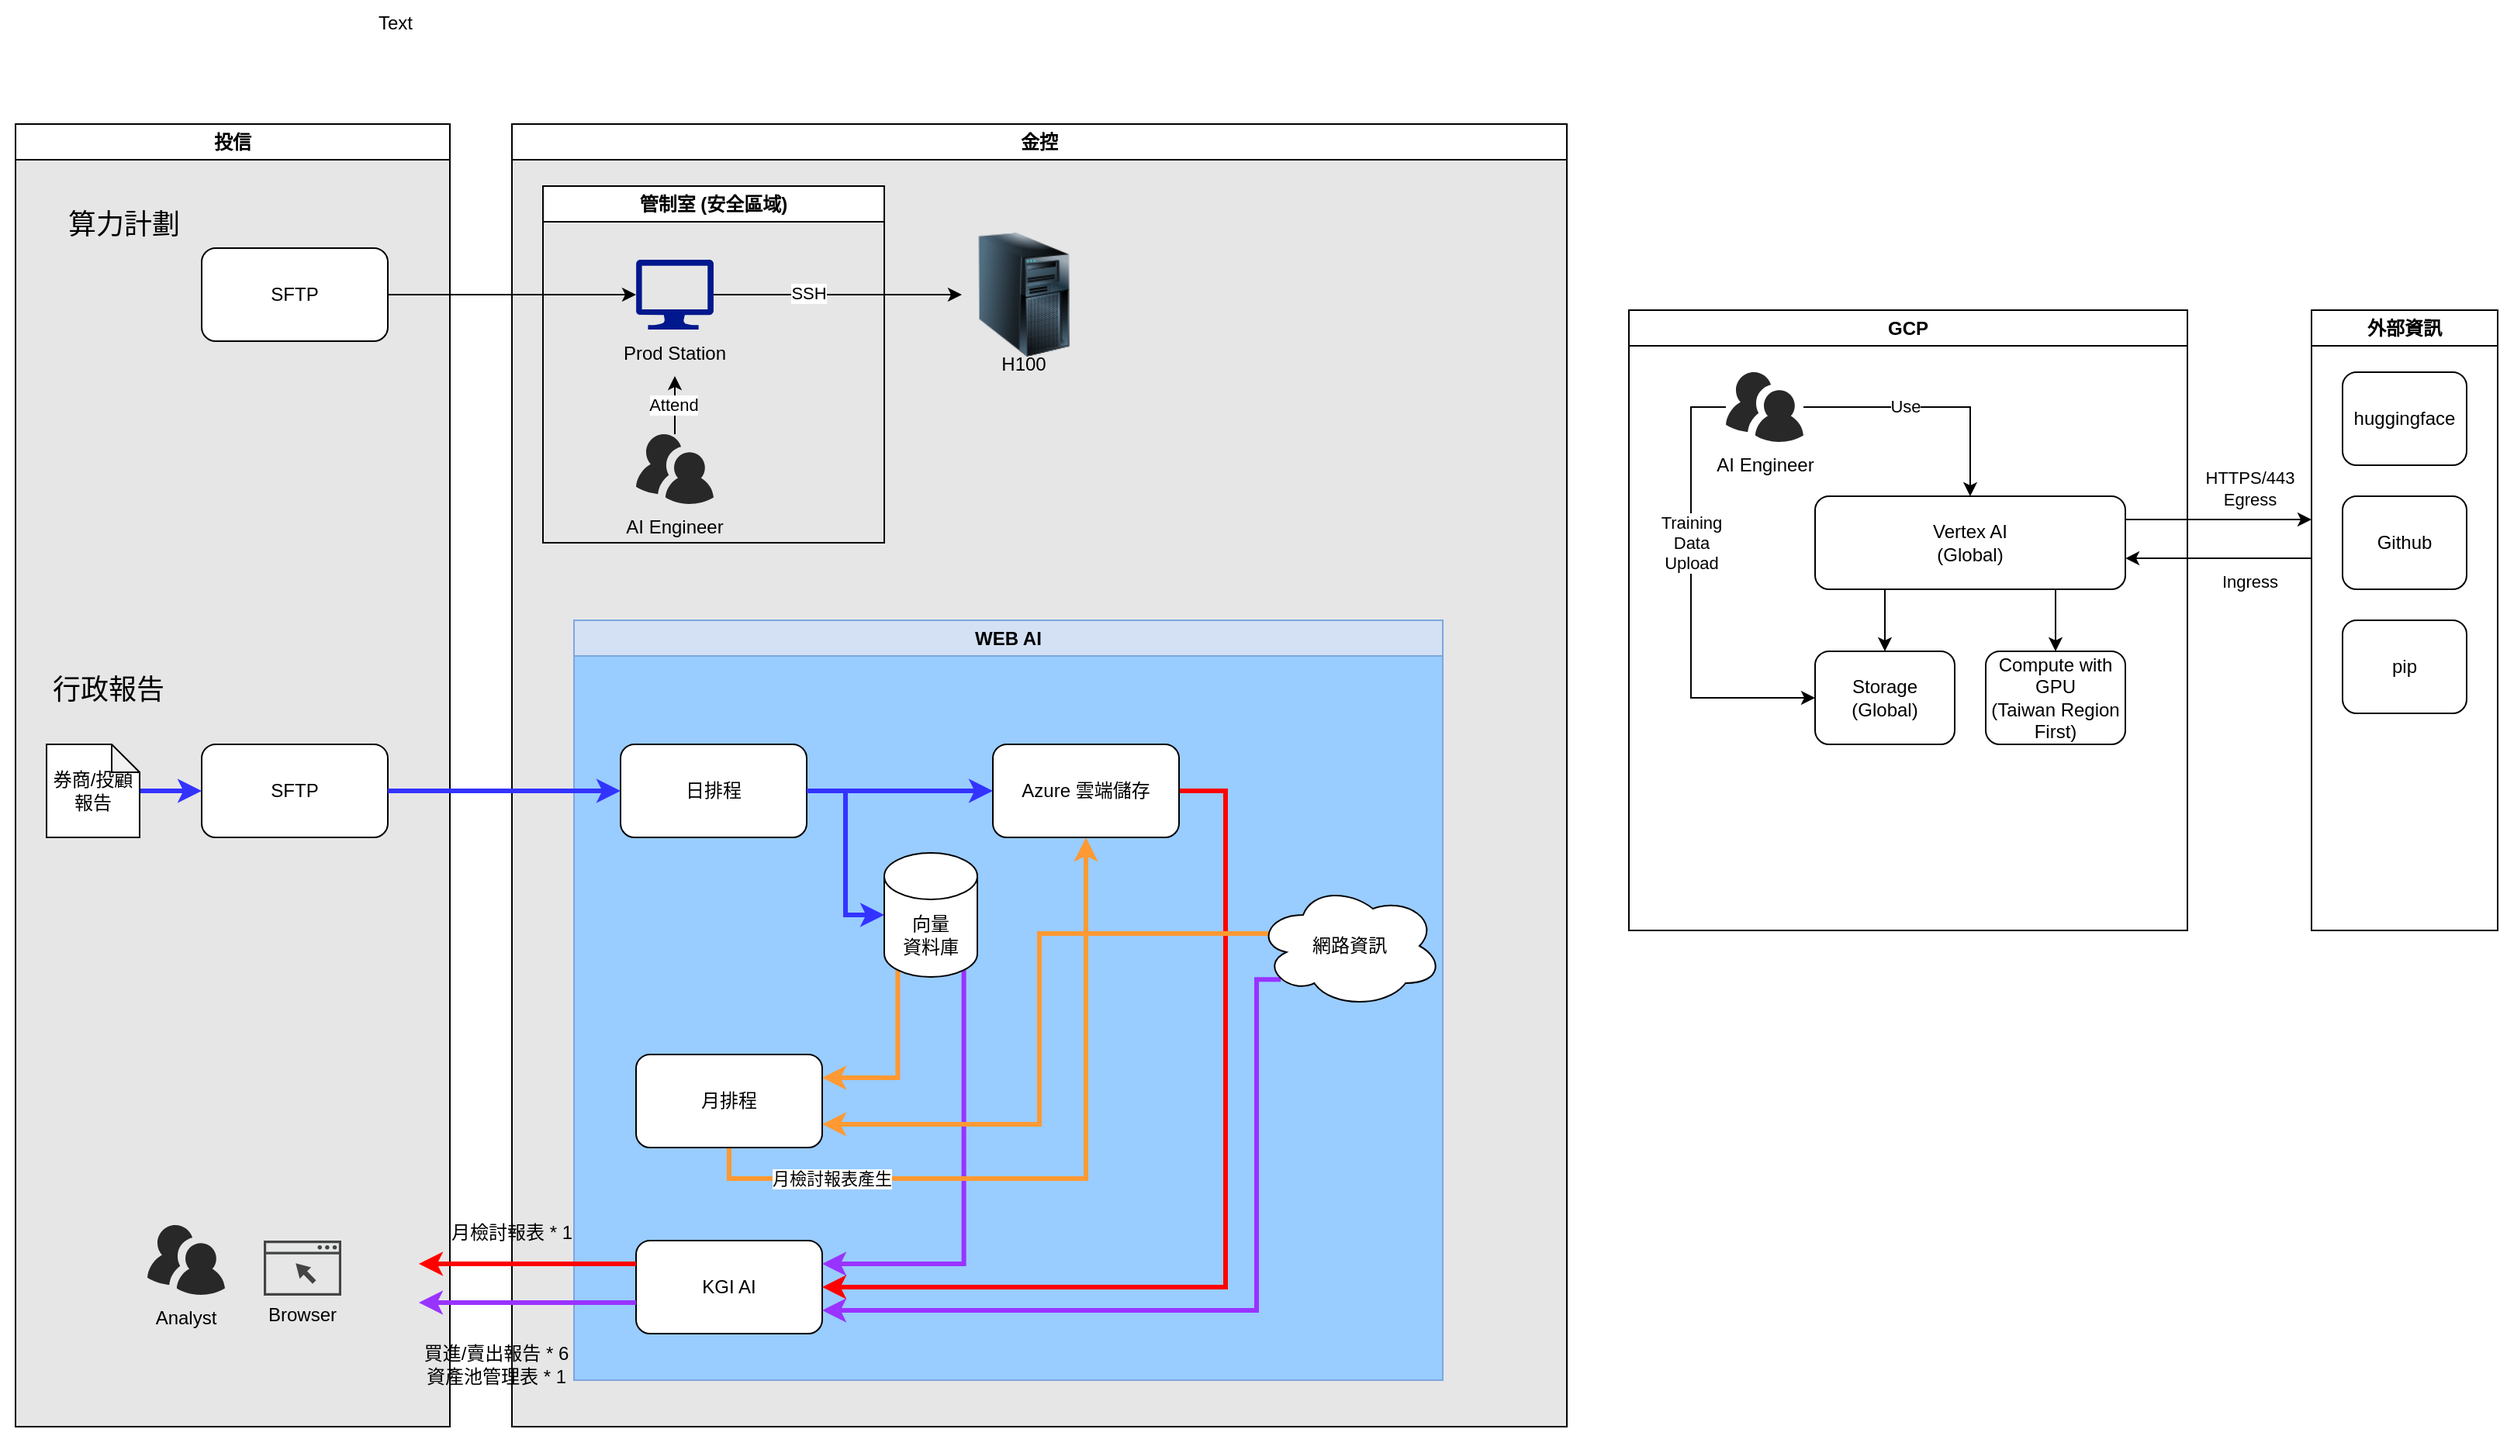
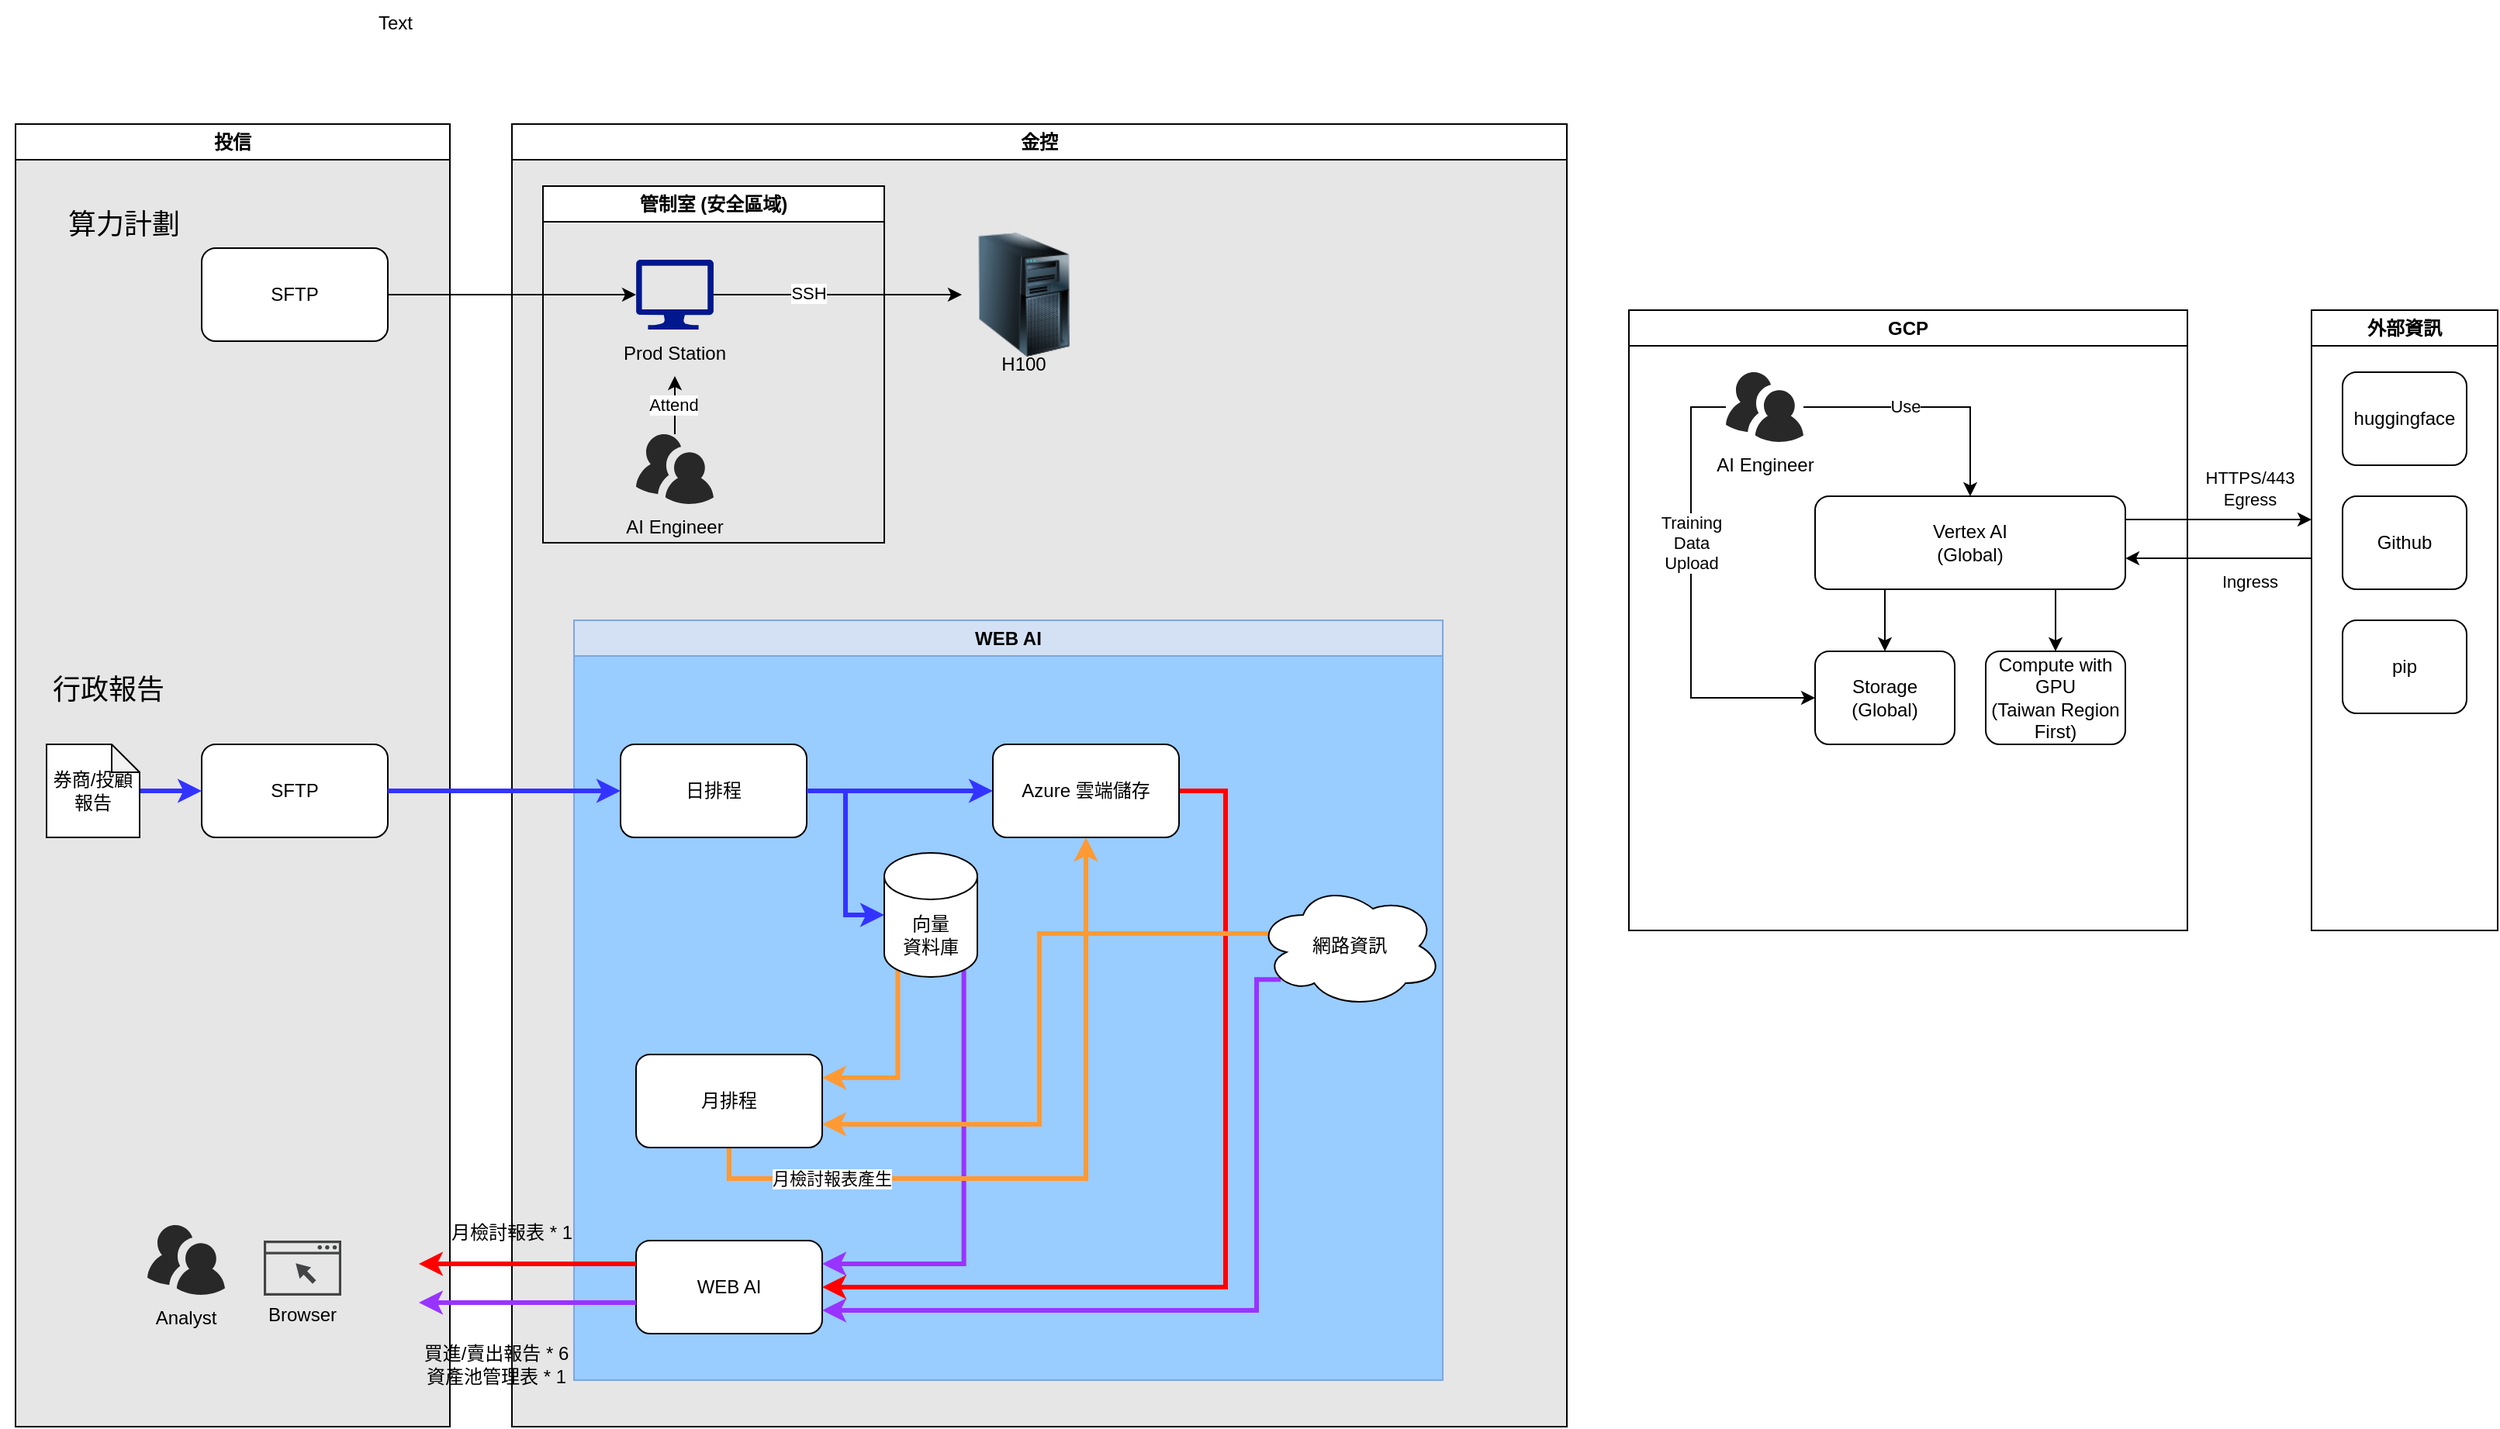
<mxfile host="app.diagrams.net" agent="Mozilla/5.0 (Windows NT 10.0; Win64; x64) AppleWebKit/537.36 (KHTML, like Gecko) Chrome/146.0.0.0 Safari/537.36">
  <diagram name="Page-1" id="9DGUQZyVQF0DHj5FkWRD">
    <mxGraphModel dx="1281" dy="657" grid="1" gridSize="10" guides="1" tooltips="1" connect="1" arrows="1" fold="1" page="1" pageScale="1" pageWidth="850" pageHeight="1100" math="0" shadow="0">
      <root>
        <mxCell id="0" />
        <mxCell id="1" parent="0" />
        <mxCell id="si7GJpF5iETkjapc_ZAv-2" parent="1" style="swimlane;whiteSpace=wrap;html=1;swimlaneFillColor=#E6E6E6;" value="投信" vertex="1">
          <mxGeometry height="840" width="280" x="80" y="120" as="geometry" />
        </mxCell>
        <mxCell id="si7GJpF5iETkjapc_ZAv-3" parent="si7GJpF5iETkjapc_ZAv-2" style="rounded=1;whiteSpace=wrap;html=1;" value="SFTP" vertex="1">
          <mxGeometry height="60" width="120" x="120" y="80" as="geometry" />
        </mxCell>
        <mxCell id="si7GJpF5iETkjapc_ZAv-15" parent="si7GJpF5iETkjapc_ZAv-2" style="rounded=1;whiteSpace=wrap;html=1;" value="SFTP" vertex="1">
          <mxGeometry height="60" width="120" x="120" y="400" as="geometry" />
        </mxCell>
        <mxCell id="si7GJpF5iETkjapc_ZAv-61" connectable="0" parent="si7GJpF5iETkjapc_ZAv-2" style="group" value="" vertex="1">
          <mxGeometry height="75" width="60" x="80" y="710" as="geometry" />
        </mxCell>
        <mxCell id="si7GJpF5iETkjapc_ZAv-59" parent="si7GJpF5iETkjapc_ZAv-61" style="verticalLabelPosition=bottom;sketch=0;html=1;fillColor=#282828;strokeColor=none;verticalAlign=top;pointerEvents=1;align=center;shape=mxgraph.cisco_safe.people_places_things_icons.icon9;" value="" vertex="1">
          <mxGeometry height="45" width="50" x="5" as="geometry" />
        </mxCell>
        <mxCell id="si7GJpF5iETkjapc_ZAv-37" parent="si7GJpF5iETkjapc_ZAv-61" style="text;html=1;whiteSpace=wrap;strokeColor=none;fillColor=none;align=center;verticalAlign=middle;rounded=0;autosize=1;resizable=0;" value="Analyst" vertex="1">
          <mxGeometry height="30" width="60" y="45" as="geometry" />
        </mxCell>
        <mxCell id="si7GJpF5iETkjapc_ZAv-80" connectable="0" parent="si7GJpF5iETkjapc_ZAv-2" style="group" value="" vertex="1">
          <mxGeometry height="62.75" width="70" x="150" y="720" as="geometry" />
        </mxCell>
        <mxCell id="si7GJpF5iETkjapc_ZAv-77" parent="si7GJpF5iETkjapc_ZAv-80" style="sketch=0;pointerEvents=1;shadow=0;dashed=0;html=1;strokeColor=none;fillColor=#434445;aspect=fixed;labelPosition=center;verticalLabelPosition=bottom;verticalAlign=top;align=center;outlineConnect=0;shape=mxgraph.vvd.web_browser;" value="" vertex="1">
          <mxGeometry height="35.5" width="50" x="10" as="geometry" />
        </mxCell>
        <mxCell id="si7GJpF5iETkjapc_ZAv-79" parent="si7GJpF5iETkjapc_ZAv-80" style="text;html=1;whiteSpace=wrap;strokeColor=none;fillColor=none;align=center;verticalAlign=middle;rounded=0;autosize=1;resizable=0;" value="Browser" vertex="1">
          <mxGeometry height="30" width="70" y="32.75" as="geometry" />
        </mxCell>
        <mxCell id="si7GJpF5iETkjapc_ZAv-83" edge="1" parent="si7GJpF5iETkjapc_ZAv-2" source="si7GJpF5iETkjapc_ZAv-82" style="edgeStyle=orthogonalEdgeStyle;rounded=0;orthogonalLoop=1;jettySize=auto;html=1;strokeColor=#3333FF;strokeWidth=3;" target="si7GJpF5iETkjapc_ZAv-15">
          <mxGeometry relative="1" as="geometry" />
        </mxCell>
        <mxCell id="si7GJpF5iETkjapc_ZAv-82" parent="si7GJpF5iETkjapc_ZAv-2" style="shape=note;whiteSpace=wrap;html=1;backgroundOutline=1;darkOpacity=0.05;size=18;" value="券商/投顧報告" vertex="1">
          <mxGeometry height="60" width="60" x="20" y="400" as="geometry" />
        </mxCell>
        <mxCell id="si7GJpF5iETkjapc_ZAv-126" parent="si7GJpF5iETkjapc_ZAv-2" style="text;html=1;whiteSpace=wrap;strokeColor=none;fillColor=none;align=center;verticalAlign=middle;rounded=0;" value="&lt;font style=&quot;font-size: 18px;&quot;&gt;算力計劃&lt;/font&gt;" vertex="1">
          <mxGeometry height="30" width="140" y="50" as="geometry" />
        </mxCell>
        <mxCell id="si7GJpF5iETkjapc_ZAv-127" parent="si7GJpF5iETkjapc_ZAv-2" style="text;html=1;whiteSpace=wrap;strokeColor=none;fillColor=none;align=center;verticalAlign=middle;rounded=0;" value="&lt;font style=&quot;font-size: 18px;&quot;&gt;行政報告&lt;/font&gt;" vertex="1">
          <mxGeometry height="30" width="140" x="-10" y="350" as="geometry" />
        </mxCell>
        <mxCell id="si7GJpF5iETkjapc_ZAv-4" parent="1" style="swimlane;whiteSpace=wrap;html=1;swimlaneFillColor=#E6E6E6;" value="金控" vertex="1">
          <mxGeometry height="840" width="680" x="400" y="120" as="geometry" />
        </mxCell>
        <mxCell id="si7GJpF5iETkjapc_ZAv-12" edge="1" parent="si7GJpF5iETkjapc_ZAv-4" source="si7GJpF5iETkjapc_ZAv-6" style="edgeStyle=orthogonalEdgeStyle;rounded=0;orthogonalLoop=1;jettySize=auto;html=1;" target="si7GJpF5iETkjapc_ZAv-7">
          <mxGeometry relative="1" as="geometry" />
        </mxCell>
        <mxCell id="si7GJpF5iETkjapc_ZAv-13" connectable="0" parent="si7GJpF5iETkjapc_ZAv-12" style="edgeLabel;html=1;align=center;verticalAlign=middle;resizable=0;points=[];" value="SSH" vertex="1">
          <mxGeometry relative="1" x="-0.2415" y="1" as="geometry">
            <mxPoint as="offset" />
          </mxGeometry>
        </mxCell>
        <mxCell id="si7GJpF5iETkjapc_ZAv-7" parent="si7GJpF5iETkjapc_ZAv-4" style="image;html=1;image=img/lib/clip_art/computers/Server_Tower_128x128.png" value="" vertex="1">
          <mxGeometry height="80" width="80" x="290" y="70" as="geometry" />
        </mxCell>
        <mxCell id="si7GJpF5iETkjapc_ZAv-9" parent="si7GJpF5iETkjapc_ZAv-4" style="text;html=1;whiteSpace=wrap;strokeColor=none;fillColor=none;align=center;verticalAlign=middle;rounded=0;autosize=1;resizable=0;" value="H100" vertex="1">
          <mxGeometry height="30" width="50" x="305" y="140" as="geometry" />
        </mxCell>
        <mxCell id="si7GJpF5iETkjapc_ZAv-14" connectable="0" parent="si7GJpF5iETkjapc_ZAv-4" style="group" value="" vertex="1">
          <mxGeometry height="75" width="90" x="60" y="87.5" as="geometry" />
        </mxCell>
        <mxCell id="si7GJpF5iETkjapc_ZAv-6" parent="si7GJpF5iETkjapc_ZAv-14" style="sketch=0;aspect=fixed;pointerEvents=1;shadow=0;dashed=0;html=1;strokeColor=none;labelPosition=center;verticalLabelPosition=bottom;verticalAlign=top;align=center;fillColor=#00188D;shape=mxgraph.azure.computer" value="" vertex="1">
          <mxGeometry height="45" width="50" x="20" as="geometry" />
        </mxCell>
        <mxCell id="si7GJpF5iETkjapc_ZAv-10" parent="si7GJpF5iETkjapc_ZAv-14" style="text;html=1;whiteSpace=wrap;strokeColor=none;fillColor=none;align=center;verticalAlign=middle;rounded=0;autosize=1;resizable=0;" value="Prod Station" vertex="1">
          <mxGeometry height="30" width="90" y="45" as="geometry" />
        </mxCell>
        <mxCell id="si7GJpF5iETkjapc_ZAv-17" parent="si7GJpF5iETkjapc_ZAv-4" style="swimlane;whiteSpace=wrap;html=1;fillColor=#D4E1F5;strokeColor=#7EA6E0;gradientColor=none;swimlaneFillColor=#99CCFF;" value="WEB AI" vertex="1">
          <mxGeometry height="490" width="560" x="40" y="320" as="geometry" />
        </mxCell>
        <mxCell id="si7GJpF5iETkjapc_ZAv-29" edge="1" parent="si7GJpF5iETkjapc_ZAv-17" source="si7GJpF5iETkjapc_ZAv-18" style="edgeStyle=orthogonalEdgeStyle;rounded=0;orthogonalLoop=1;jettySize=auto;html=1;strokeWidth=3;strokeColor=#3333FF;" target="si7GJpF5iETkjapc_ZAv-28">
          <mxGeometry relative="1" as="geometry" />
        </mxCell>
        <mxCell id="si7GJpF5iETkjapc_ZAv-18" parent="si7GJpF5iETkjapc_ZAv-17" style="rounded=1;whiteSpace=wrap;html=1;" value="日排程" vertex="1">
          <mxGeometry height="60" width="120" x="30" y="80" as="geometry" />
        </mxCell>
        <mxCell id="si7GJpF5iETkjapc_ZAv-47" edge="1" parent="si7GJpF5iETkjapc_ZAv-17" source="si7GJpF5iETkjapc_ZAv-20" style="edgeStyle=orthogonalEdgeStyle;rounded=0;orthogonalLoop=1;jettySize=auto;html=1;entryX=1;entryY=0.25;entryDx=0;entryDy=0;exitX=0.145;exitY=1;exitDx=0;exitDy=-4.35;exitPerimeter=0;strokeWidth=3;strokeColor=#FF9933;" target="si7GJpF5iETkjapc_ZAv-45">
          <mxGeometry relative="1" as="geometry">
            <Array as="points">
              <mxPoint x="209" y="295" />
            </Array>
          </mxGeometry>
        </mxCell>
        <mxCell id="si7GJpF5iETkjapc_ZAv-53" edge="1" parent="si7GJpF5iETkjapc_ZAv-17" source="si7GJpF5iETkjapc_ZAv-20" style="edgeStyle=orthogonalEdgeStyle;rounded=0;orthogonalLoop=1;jettySize=auto;html=1;entryX=1;entryY=0.25;entryDx=0;entryDy=0;exitX=0.855;exitY=1;exitDx=0;exitDy=-4.35;exitPerimeter=0;strokeWidth=3;strokeColor=#9933FF;" target="si7GJpF5iETkjapc_ZAv-39">
          <mxGeometry relative="1" as="geometry">
            <Array as="points">
              <mxPoint x="251" y="415" />
            </Array>
          </mxGeometry>
        </mxCell>
        <mxCell id="si7GJpF5iETkjapc_ZAv-20" parent="si7GJpF5iETkjapc_ZAv-17" style="shape=cylinder3;whiteSpace=wrap;html=1;boundedLbl=1;backgroundOutline=1;size=15;" value="向量&lt;div&gt;資料庫&lt;/div&gt;" vertex="1">
          <mxGeometry height="80" width="60" x="200" y="150" as="geometry" />
        </mxCell>
        <mxCell id="si7GJpF5iETkjapc_ZAv-84" edge="1" parent="si7GJpF5iETkjapc_ZAv-17" source="si7GJpF5iETkjapc_ZAv-28" style="edgeStyle=orthogonalEdgeStyle;rounded=0;orthogonalLoop=1;jettySize=auto;html=1;entryX=1;entryY=0.5;entryDx=0;entryDy=0;exitX=1;exitY=0.5;exitDx=0;exitDy=0;strokeWidth=3;strokeColor=#FF0000;" target="si7GJpF5iETkjapc_ZAv-39">
          <mxGeometry relative="1" as="geometry">
            <Array as="points">
              <mxPoint x="420" y="110" />
              <mxPoint x="420" y="430" />
            </Array>
            <mxPoint x="420" y="450" as="targetPoint" />
          </mxGeometry>
        </mxCell>
        <mxCell id="si7GJpF5iETkjapc_ZAv-28" parent="si7GJpF5iETkjapc_ZAv-17" style="rounded=1;whiteSpace=wrap;html=1;" value="Azure 雲端儲存" vertex="1">
          <mxGeometry height="60" width="120" x="270" y="80" as="geometry" />
        </mxCell>
        <mxCell id="si7GJpF5iETkjapc_ZAv-48" edge="1" parent="si7GJpF5iETkjapc_ZAv-17" source="si7GJpF5iETkjapc_ZAv-38" style="edgeStyle=orthogonalEdgeStyle;rounded=0;orthogonalLoop=1;jettySize=auto;html=1;entryX=1;entryY=0.75;entryDx=0;entryDy=0;strokeWidth=3;strokeColor=#FF9933;exitX=0.07;exitY=0.4;exitDx=0;exitDy=0;exitPerimeter=0;" target="si7GJpF5iETkjapc_ZAv-45">
          <mxGeometry relative="1" as="geometry" />
        </mxCell>
        <mxCell id="si7GJpF5iETkjapc_ZAv-54" edge="1" parent="si7GJpF5iETkjapc_ZAv-17" source="si7GJpF5iETkjapc_ZAv-38" style="edgeStyle=orthogonalEdgeStyle;rounded=0;orthogonalLoop=1;jettySize=auto;html=1;entryX=1;entryY=0.75;entryDx=0;entryDy=0;exitX=0.13;exitY=0.77;exitDx=0;exitDy=0;exitPerimeter=0;strokeWidth=3;strokeColor=#9933FF;" target="si7GJpF5iETkjapc_ZAv-39">
          <mxGeometry relative="1" as="geometry">
            <Array as="points">
              <mxPoint x="440" y="232" />
              <mxPoint x="440" y="445" />
            </Array>
          </mxGeometry>
        </mxCell>
        <mxCell id="si7GJpF5iETkjapc_ZAv-38" parent="si7GJpF5iETkjapc_ZAv-17" style="ellipse;shape=cloud;whiteSpace=wrap;html=1;" value="網路資訊" vertex="1">
          <mxGeometry height="80" width="120" x="440" y="170" as="geometry" />
        </mxCell>
-         <mxCell id="si7GJpF5iETkjapc_ZAv-39" parent="si7GJpF5iETkjapc_ZAv-17" style="rounded=1;whiteSpace=wrap;html=1;" value="KGI AI" vertex="1">
+         <mxCell id="si7GJpF5iETkjapc_ZAv-39" parent="si7GJpF5iETkjapc_ZAv-17" style="rounded=1;whiteSpace=wrap;html=1;" value="WEB AI" vertex="1">
          <mxGeometry height="60" width="120" x="40" y="400" as="geometry" />
        </mxCell>
        <mxCell id="si7GJpF5iETkjapc_ZAv-49" edge="1" parent="si7GJpF5iETkjapc_ZAv-17" source="si7GJpF5iETkjapc_ZAv-45" style="edgeStyle=orthogonalEdgeStyle;rounded=0;orthogonalLoop=1;jettySize=auto;html=1;entryX=0.5;entryY=1;entryDx=0;entryDy=0;exitX=0.5;exitY=1;exitDx=0;exitDy=0;strokeWidth=3;strokeColor=#FF9933;" target="si7GJpF5iETkjapc_ZAv-28">
          <mxGeometry relative="1" as="geometry" />
        </mxCell>
        <mxCell id="si7GJpF5iETkjapc_ZAv-56" connectable="0" parent="si7GJpF5iETkjapc_ZAv-49" style="edgeLabel;html=1;align=center;verticalAlign=middle;resizable=0;points=[];" value="月檢討報表產生" vertex="1">
          <mxGeometry relative="1" x="-0.6366" as="geometry">
            <mxPoint as="offset" />
          </mxGeometry>
        </mxCell>
        <mxCell id="si7GJpF5iETkjapc_ZAv-45" parent="si7GJpF5iETkjapc_ZAv-17" style="rounded=1;whiteSpace=wrap;html=1;" value="月排程" vertex="1">
          <mxGeometry height="60" width="120" x="40" y="280" as="geometry" />
        </mxCell>
        <mxCell id="si7GJpF5iETkjapc_ZAv-52" edge="1" parent="si7GJpF5iETkjapc_ZAv-17" source="si7GJpF5iETkjapc_ZAv-18" style="edgeStyle=orthogonalEdgeStyle;rounded=0;orthogonalLoop=1;jettySize=auto;html=1;entryX=0;entryY=0.5;entryDx=0;entryDy=0;entryPerimeter=0;strokeWidth=3;strokeColor=#3333FF;" target="si7GJpF5iETkjapc_ZAv-20">
          <mxGeometry relative="1" as="geometry" />
        </mxCell>
        <mxCell id="si7GJpF5iETkjapc_ZAv-72" connectable="0" parent="si7GJpF5iETkjapc_ZAv-4" style="group" value="" vertex="1">
          <mxGeometry height="75" width="75" x="75" y="200" as="geometry" />
        </mxCell>
        <mxCell id="si7GJpF5iETkjapc_ZAv-73" parent="si7GJpF5iETkjapc_ZAv-72" style="verticalLabelPosition=bottom;sketch=0;html=1;fillColor=#282828;strokeColor=none;verticalAlign=top;pointerEvents=1;align=center;shape=mxgraph.cisco_safe.people_places_things_icons.icon9;" value="" vertex="1">
          <mxGeometry height="45" width="50" x="5" as="geometry" />
        </mxCell>
        <mxCell id="si7GJpF5iETkjapc_ZAv-74" parent="si7GJpF5iETkjapc_ZAv-72" style="text;html=1;whiteSpace=wrap;strokeColor=none;fillColor=none;align=center;verticalAlign=middle;rounded=0;autosize=1;resizable=0;" value="AI Engineer" vertex="1">
          <mxGeometry height="30" width="90" x="-15" y="45" as="geometry" />
        </mxCell>
        <mxCell id="si7GJpF5iETkjapc_ZAv-75" edge="1" parent="si7GJpF5iETkjapc_ZAv-4" source="si7GJpF5iETkjapc_ZAv-73" style="edgeStyle=orthogonalEdgeStyle;rounded=0;orthogonalLoop=1;jettySize=auto;html=1;entryX=0.5;entryY=1;entryDx=0;entryDy=0;" target="si7GJpF5iETkjapc_ZAv-10">
          <mxGeometry relative="1" as="geometry" />
        </mxCell>
        <mxCell id="si7GJpF5iETkjapc_ZAv-76" connectable="0" parent="si7GJpF5iETkjapc_ZAv-75" style="edgeLabel;html=1;align=center;verticalAlign=middle;resizable=0;points=[];" value="Attend" vertex="1">
          <mxGeometry relative="1" x="0.12" y="1" as="geometry">
            <mxPoint as="offset" />
          </mxGeometry>
        </mxCell>
        <mxCell id="si7GJpF5iETkjapc_ZAv-88" edge="1" parent="si7GJpF5iETkjapc_ZAv-4" style="edgeStyle=orthogonalEdgeStyle;rounded=0;orthogonalLoop=1;jettySize=auto;html=1;strokeWidth=3;strokeColor=#9933FF;">
          <mxGeometry relative="1" as="geometry">
            <mxPoint x="80" y="760" as="sourcePoint" />
            <mxPoint x="-60" y="760" as="targetPoint" />
          </mxGeometry>
        </mxCell>
        <mxCell id="si7GJpF5iETkjapc_ZAv-57" parent="si7GJpF5iETkjapc_ZAv-4" style="text;html=1;whiteSpace=wrap;strokeColor=none;fillColor=none;align=center;verticalAlign=middle;rounded=0;autosize=1;resizable=0;" value="月檢討報表 * 1" vertex="1">
          <mxGeometry height="30" width="100" x="-50" y="700" as="geometry" />
        </mxCell>
        <mxCell id="BaJUGjz2hTg13h2PchCr-1" parent="si7GJpF5iETkjapc_ZAv-4" style="swimlane;whiteSpace=wrap;html=1;" value="管制室 (安全區域)" vertex="1">
          <mxGeometry height="230" width="220" x="20" y="40" as="geometry" />
        </mxCell>
        <mxCell id="si7GJpF5iETkjapc_ZAv-11" edge="1" parent="1" source="si7GJpF5iETkjapc_ZAv-3" style="edgeStyle=orthogonalEdgeStyle;rounded=0;orthogonalLoop=1;jettySize=auto;html=1;entryX=0;entryY=0.5;entryDx=0;entryDy=0;entryPerimeter=0;" target="si7GJpF5iETkjapc_ZAv-6">
          <mxGeometry relative="1" as="geometry" />
        </mxCell>
        <mxCell id="si7GJpF5iETkjapc_ZAv-8" parent="1" style="text;html=1;whiteSpace=wrap;strokeColor=none;fillColor=none;align=center;verticalAlign=middle;rounded=0;autosize=1;resizable=0;" value="Text" vertex="1">
          <mxGeometry height="30" width="50" x="300" y="40" as="geometry" />
        </mxCell>
        <mxCell id="si7GJpF5iETkjapc_ZAv-21" edge="1" parent="1" source="si7GJpF5iETkjapc_ZAv-15" style="edgeStyle=orthogonalEdgeStyle;rounded=0;orthogonalLoop=1;jettySize=auto;html=1;entryX=0;entryY=0.5;entryDx=0;entryDy=0;strokeWidth=3;strokeColor=#3333FF;" target="si7GJpF5iETkjapc_ZAv-18">
          <mxGeometry relative="1" as="geometry" />
        </mxCell>
        <mxCell id="si7GJpF5iETkjapc_ZAv-87" edge="1" parent="1" source="si7GJpF5iETkjapc_ZAv-39" style="edgeStyle=orthogonalEdgeStyle;rounded=0;orthogonalLoop=1;jettySize=auto;html=1;strokeWidth=3;strokeColor=#FF0000;exitX=0;exitY=0.25;exitDx=0;exitDy=0;">
          <mxGeometry relative="1" as="geometry">
            <Array as="points" />
            <mxPoint x="450" y="840" as="sourcePoint" />
            <mxPoint x="340" y="855" as="targetPoint" />
          </mxGeometry>
        </mxCell>
        <mxCell id="si7GJpF5iETkjapc_ZAv-91" parent="1" style="swimlane;whiteSpace=wrap;html=1;" value="GCP" vertex="1">
          <mxGeometry height="400" width="360" x="1120" y="240" as="geometry" />
        </mxCell>
        <mxCell id="si7GJpF5iETkjapc_ZAv-104" edge="1" parent="si7GJpF5iETkjapc_ZAv-91" source="si7GJpF5iETkjapc_ZAv-92" style="edgeStyle=orthogonalEdgeStyle;rounded=0;orthogonalLoop=1;jettySize=auto;html=1;entryX=0.5;entryY=0;entryDx=0;entryDy=0;" target="si7GJpF5iETkjapc_ZAv-93">
          <mxGeometry relative="1" as="geometry">
            <Array as="points">
              <mxPoint x="275" y="220" />
              <mxPoint x="275" y="220" />
            </Array>
          </mxGeometry>
        </mxCell>
        <mxCell id="si7GJpF5iETkjapc_ZAv-123" edge="1" parent="si7GJpF5iETkjapc_ZAv-91" source="si7GJpF5iETkjapc_ZAv-92" style="edgeStyle=orthogonalEdgeStyle;rounded=0;orthogonalLoop=1;jettySize=auto;html=1;entryX=0.5;entryY=0;entryDx=0;entryDy=0;" target="si7GJpF5iETkjapc_ZAv-94">
          <mxGeometry relative="1" as="geometry">
            <Array as="points">
              <mxPoint x="165" y="200" />
              <mxPoint x="165" y="200" />
            </Array>
          </mxGeometry>
        </mxCell>
        <mxCell id="si7GJpF5iETkjapc_ZAv-92" parent="si7GJpF5iETkjapc_ZAv-91" style="rounded=1;whiteSpace=wrap;html=1;" value="Vertex AI&lt;br&gt;(Global)" vertex="1">
          <mxGeometry height="60" width="200" x="120" y="120" as="geometry" />
        </mxCell>
        <mxCell id="si7GJpF5iETkjapc_ZAv-94" parent="si7GJpF5iETkjapc_ZAv-91" style="rounded=1;whiteSpace=wrap;html=1;" value="Storage&lt;br&gt;(Global)" vertex="1">
          <mxGeometry height="60" width="90" x="120" y="220" as="geometry" />
        </mxCell>
        <mxCell id="si7GJpF5iETkjapc_ZAv-93" parent="si7GJpF5iETkjapc_ZAv-91" style="rounded=1;whiteSpace=wrap;html=1;" value="Compute with GPU&lt;br&gt;(Taiwan Region First)" vertex="1">
          <mxGeometry height="60" width="90" x="230" y="220" as="geometry" />
        </mxCell>
        <mxCell id="si7GJpF5iETkjapc_ZAv-117" connectable="0" parent="si7GJpF5iETkjapc_ZAv-91" style="group" value="" vertex="1">
          <mxGeometry height="75" width="75" x="57.5" y="40" as="geometry" />
        </mxCell>
        <mxCell id="si7GJpF5iETkjapc_ZAv-118" parent="si7GJpF5iETkjapc_ZAv-117" style="verticalLabelPosition=bottom;sketch=0;html=1;fillColor=#282828;strokeColor=none;verticalAlign=top;pointerEvents=1;align=center;shape=mxgraph.cisco_safe.people_places_things_icons.icon9;" value="" vertex="1">
          <mxGeometry height="45" width="50" x="5" as="geometry" />
        </mxCell>
        <mxCell id="si7GJpF5iETkjapc_ZAv-119" parent="si7GJpF5iETkjapc_ZAv-117" style="text;html=1;whiteSpace=wrap;strokeColor=none;fillColor=none;align=center;verticalAlign=middle;rounded=0;autosize=1;resizable=0;" value="AI Engineer" vertex="1">
          <mxGeometry height="30" width="90" x="-15" y="45" as="geometry" />
        </mxCell>
        <mxCell id="si7GJpF5iETkjapc_ZAv-120" edge="1" parent="si7GJpF5iETkjapc_ZAv-91" source="si7GJpF5iETkjapc_ZAv-118" style="edgeStyle=orthogonalEdgeStyle;rounded=0;orthogonalLoop=1;jettySize=auto;html=1;entryX=0;entryY=0.5;entryDx=0;entryDy=0;" target="si7GJpF5iETkjapc_ZAv-94">
          <mxGeometry relative="1" as="geometry">
            <Array as="points">
              <mxPoint x="40" y="63" />
              <mxPoint x="40" y="250" />
            </Array>
          </mxGeometry>
        </mxCell>
        <mxCell id="si7GJpF5iETkjapc_ZAv-121" connectable="0" parent="si7GJpF5iETkjapc_ZAv-120" style="edgeLabel;html=1;align=center;verticalAlign=middle;resizable=0;points=[];" value="Training&lt;br&gt;Data&lt;br&gt;Upload" vertex="1">
          <mxGeometry relative="1" x="-0.2184" as="geometry">
            <mxPoint y="-4" as="offset" />
          </mxGeometry>
        </mxCell>
        <mxCell id="si7GJpF5iETkjapc_ZAv-124" edge="1" parent="si7GJpF5iETkjapc_ZAv-91" source="si7GJpF5iETkjapc_ZAv-118" style="edgeStyle=orthogonalEdgeStyle;rounded=0;orthogonalLoop=1;jettySize=auto;html=1;" target="si7GJpF5iETkjapc_ZAv-92">
          <mxGeometry relative="1" as="geometry" />
        </mxCell>
        <mxCell id="si7GJpF5iETkjapc_ZAv-125" connectable="0" parent="si7GJpF5iETkjapc_ZAv-124" style="edgeLabel;html=1;align=center;verticalAlign=middle;resizable=0;points=[];" value="Use" vertex="1">
          <mxGeometry relative="1" x="-0.2066" y="1" as="geometry">
            <mxPoint as="offset" />
          </mxGeometry>
        </mxCell>
        <mxCell id="si7GJpF5iETkjapc_ZAv-109" edge="1" parent="1" source="si7GJpF5iETkjapc_ZAv-98" style="edgeStyle=orthogonalEdgeStyle;rounded=0;orthogonalLoop=1;jettySize=auto;html=1;entryX=1;entryY=0.667;entryDx=0;entryDy=0;entryPerimeter=0;" target="si7GJpF5iETkjapc_ZAv-92">
          <mxGeometry relative="1" as="geometry">
            <Array as="points">
              <mxPoint x="1520" y="400" />
              <mxPoint x="1520" y="400" />
            </Array>
            <mxPoint x="1430" y="400" as="targetPoint" />
          </mxGeometry>
        </mxCell>
        <mxCell id="si7GJpF5iETkjapc_ZAv-110" connectable="0" parent="si7GJpF5iETkjapc_ZAv-109" style="edgeLabel;html=1;align=center;verticalAlign=middle;resizable=0;points=[];" value="Ingress" vertex="1">
          <mxGeometry relative="1" x="-0.1867" y="-4" as="geometry">
            <mxPoint x="9" y="19" as="offset" />
          </mxGeometry>
        </mxCell>
        <mxCell id="si7GJpF5iETkjapc_ZAv-98" parent="1" style="swimlane;whiteSpace=wrap;html=1;" value="外部資訊" vertex="1">
          <mxGeometry height="400" width="120" x="1560" y="240" as="geometry" />
        </mxCell>
        <mxCell id="si7GJpF5iETkjapc_ZAv-97" parent="si7GJpF5iETkjapc_ZAv-98" style="rounded=1;whiteSpace=wrap;html=1;" value="huggingface" vertex="1">
          <mxGeometry height="60" width="80" x="20" y="40" as="geometry" />
        </mxCell>
        <mxCell id="si7GJpF5iETkjapc_ZAv-105" parent="si7GJpF5iETkjapc_ZAv-98" style="rounded=1;whiteSpace=wrap;html=1;" value="Github" vertex="1">
          <mxGeometry height="60" width="80" x="20" y="120" as="geometry" />
        </mxCell>
        <mxCell id="si7GJpF5iETkjapc_ZAv-106" parent="si7GJpF5iETkjapc_ZAv-98" style="rounded=1;whiteSpace=wrap;html=1;" value="pip" vertex="1">
          <mxGeometry height="60" width="80" x="20" y="200" as="geometry" />
        </mxCell>
        <mxCell id="si7GJpF5iETkjapc_ZAv-107" edge="1" parent="1" source="si7GJpF5iETkjapc_ZAv-92" style="edgeStyle=orthogonalEdgeStyle;rounded=0;orthogonalLoop=1;jettySize=auto;html=1;exitX=1;exitY=0.25;exitDx=0;exitDy=0;">
          <mxGeometry relative="1" as="geometry">
            <Array as="points">
              <mxPoint x="1550" y="375" />
            </Array>
            <mxPoint x="1560" y="375" as="targetPoint" />
          </mxGeometry>
        </mxCell>
        <mxCell id="si7GJpF5iETkjapc_ZAv-116" connectable="0" parent="si7GJpF5iETkjapc_ZAv-107" style="edgeLabel;html=1;align=center;verticalAlign=middle;resizable=0;points=[];" value="HTTPS/443&lt;br&gt;Egress" vertex="1">
          <mxGeometry relative="1" x="0.2682" y="1" as="geometry">
            <mxPoint x="4" y="-19" as="offset" />
          </mxGeometry>
        </mxCell>
        <mxCell id="si7GJpF5iETkjapc_ZAv-55" parent="1" style="text;html=1;whiteSpace=wrap;strokeColor=none;fillColor=none;align=center;verticalAlign=middle;rounded=0;autosize=1;resizable=0;" value="買進/賣出報告 * 6&lt;br&gt;資產池管理表 * 1" vertex="1">
          <mxGeometry height="40" width="120" x="330" y="900" as="geometry" />
        </mxCell>
      </root>
    </mxGraphModel>
  </diagram>
</mxfile>
